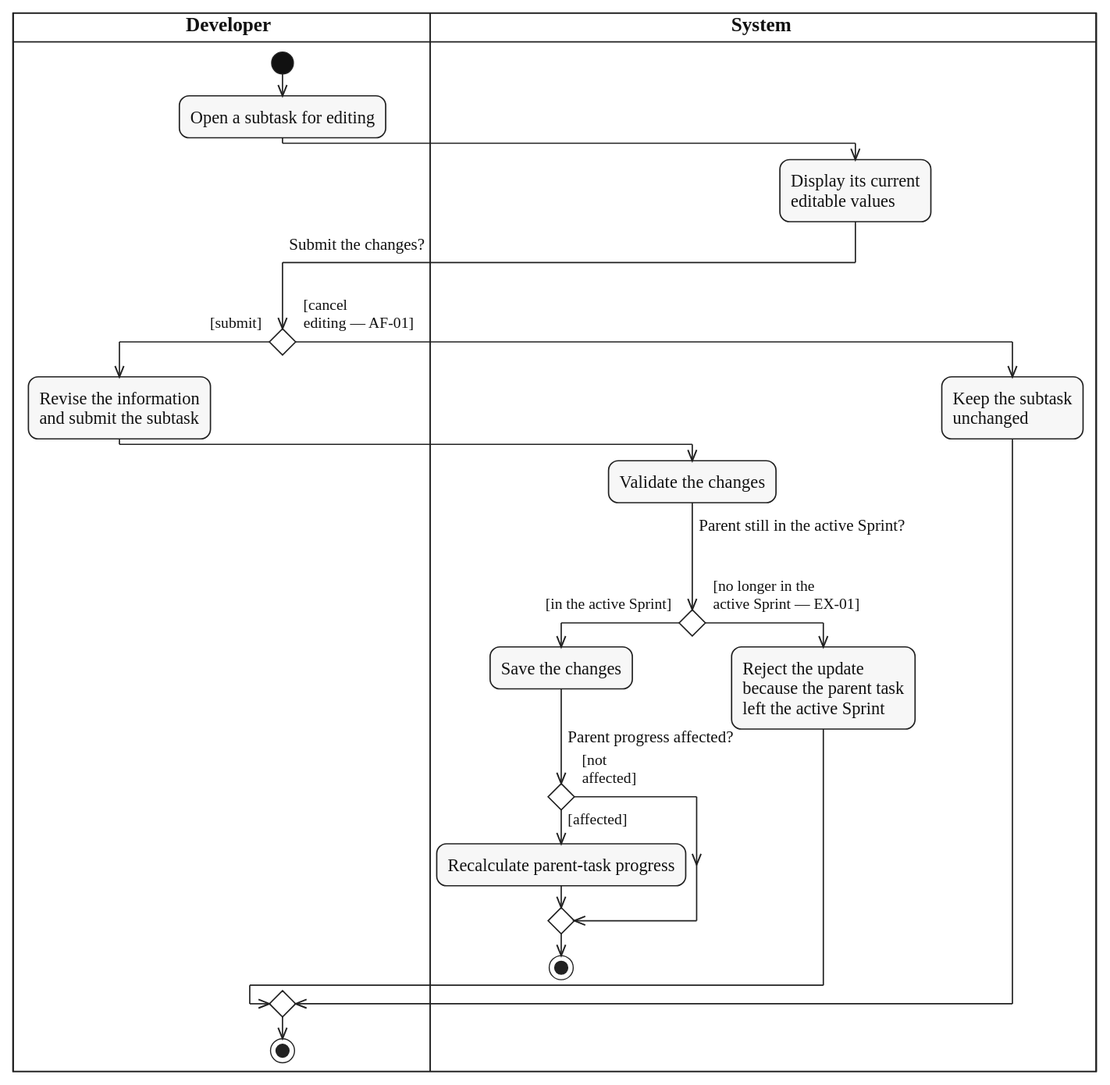
The PlantUML diagram diagrams/activity/sprint-work/svg/UC-SUBTASK-UPDATE.svg in lukenab/swd392-doc-automation, before a commit. Its source is kept beside it as diagrams/activity/sprint-work/source/UC-SUBTASK-UPDATE.puml.
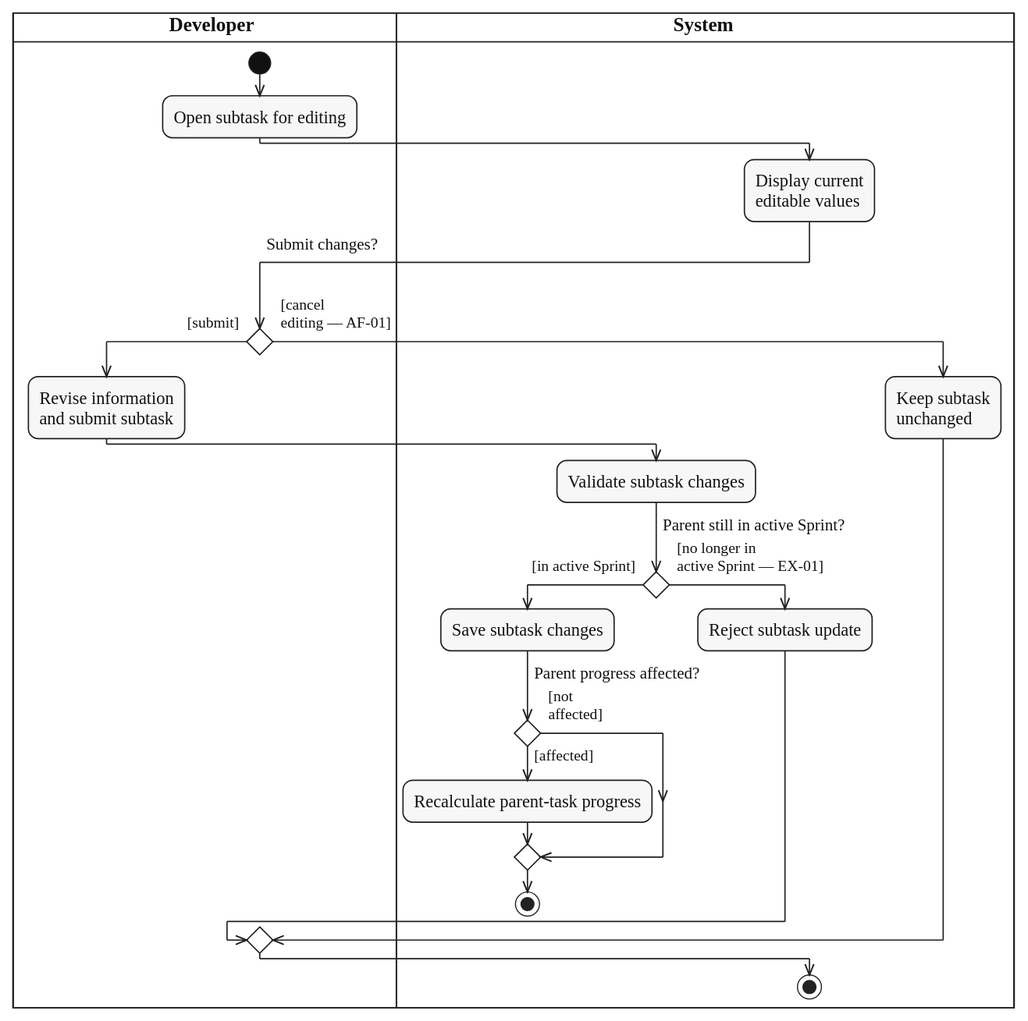
The same file after the commit.

The edit, as a diff of the source:
```diff
@@ -5,33 +5,31 @@
 
 |DEV|
 start
-:Open a subtask for editing;
+:Open subtask for editing;
 |SYS|
-:Display its current
+:Display current
 editable values;
 |DEV|
-if ($question_x("Submit the changes?")) then ($guard_left("[submit]"))
-  :Revise the information
-  and submit the subtask;
+if ($question_x("Submit changes?")) then ($guard_left("[submit]"))
+  :Revise information
+  and submit subtask;
   |SYS|
-  :Validate the changes;
-  if ($question_x("Parent still in the active Sprint?")) then ($guard_left("[in the active Sprint]"))
-    :Save the changes;
+  :Validate subtask changes;
+  if ($question("Parent still in active Sprint?")) then ($guard_left("[in active Sprint]"))
+    :Save subtask changes;
     if ($question("Parent progress affected?")) then ($guard_left("[affected]"))
       :Recalculate parent-task progress;
     else ($guard_right("[not", "affected]"))
     endif
     stop
-  else ($guard_right("[no longer in the", "active Sprint — EX-01]"))
-    :Reject the update
-    because the parent task
-    left the active Sprint;
+  else ($guard_right("[no longer in", "active Sprint — EX-01]"))
+    :Reject subtask update;
   endif
 else ($guard_right("[cancel", "editing — AF-01]"))
   |SYS|
-  :Keep the subtask
+  :Keep subtask
   unchanged;
 endif
-|DEV|
+|SYS|
 stop
 @enduml
```
